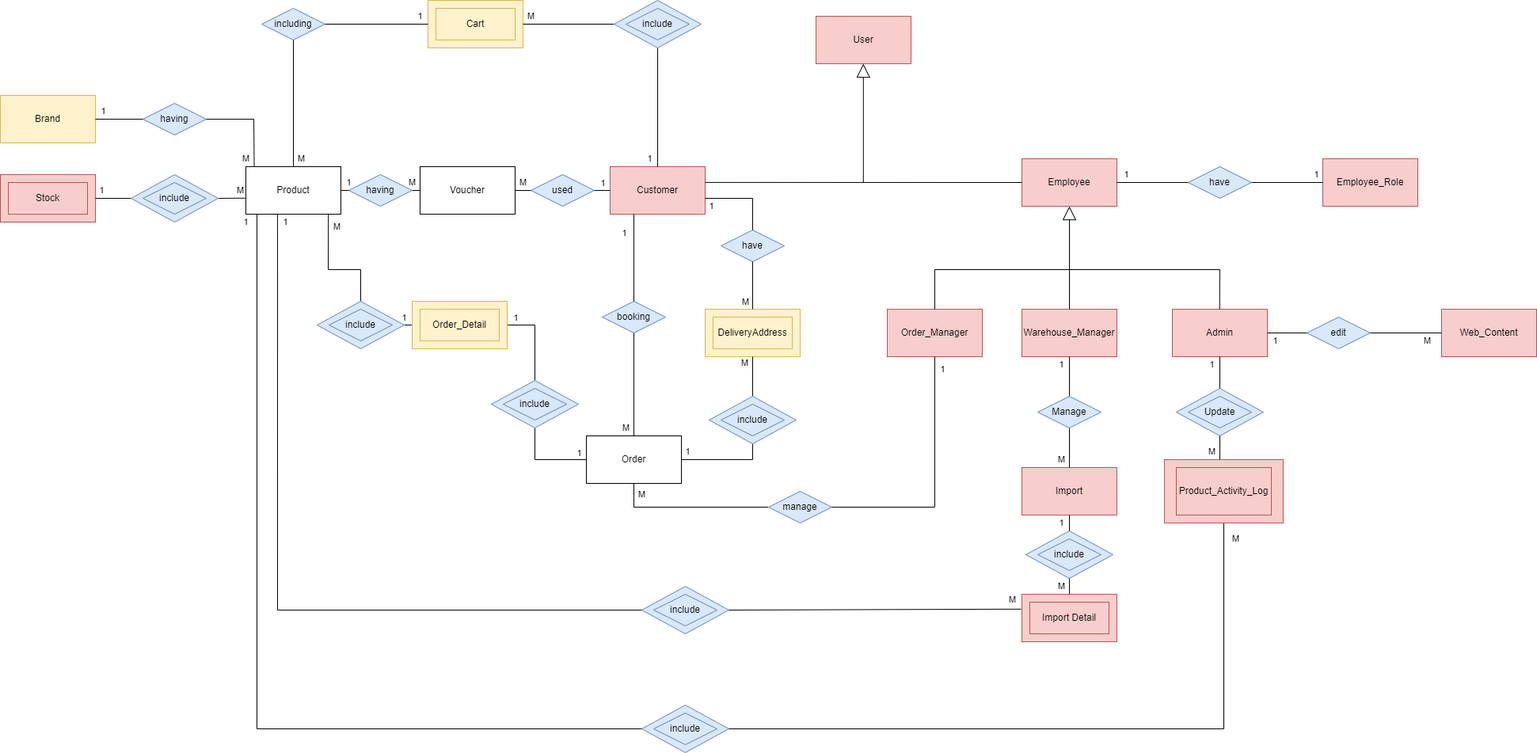
This is document/SRS/erd.drawio.png from QuocZuong/perfume-store, a draw.io export, as it was before one commit. Source tidied: cells renumbered, new cells last; positions are measured from the earlier drawing's top-left corner, leaving out a move shared by most shapes.
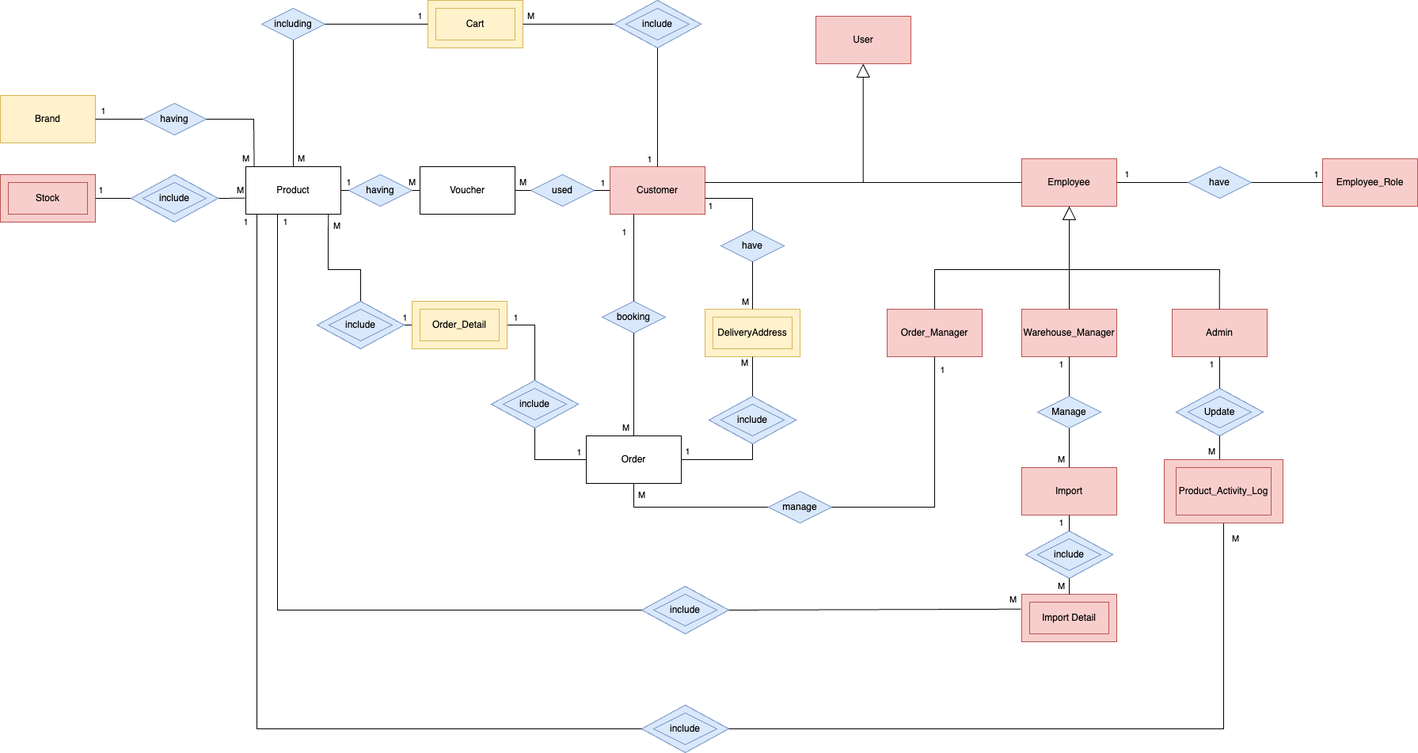
Later version of the same file.

Diff of the diagram source:
```diff
@@ -35,9 +35,6 @@
     <mxCell id="12" value="Voucher" style="rounded=0;whiteSpace=wrap;html=1;" parent="1" vertex="1">
       <mxGeometry x="530" y="210" width="120" height="60" as="geometry" />
     </mxCell>
-    <mxCell id="13" value="Web_Content" style="rounded=0;whiteSpace=wrap;html=1;fillColor=#f8cecc;strokeColor=#b85450;" parent="1" vertex="1">
-      <mxGeometry x="1820" y="390" width="120" height="60" as="geometry" />
-    </mxCell>
     <mxCell id="14" style="rounded=0;whiteSpace=wrap;html=1;fillColor=#fff2cc;strokeColor=#d6b656;" parent="1" vertex="1">
       <mxGeometry x="890" y="390" width="120" height="60" as="geometry" />
     </mxCell>
@@ -215,15 +212,6 @@
         <mxPoint x="1350" y="340" as="sourcePoint" />
       </mxGeometry>
     </mxCell>
-    <mxCell id="56" value="edit" style="rhombus;whiteSpace=wrap;html=1;fillColor=#dae8fc;strokeColor=#6c8ebf;" parent="1" vertex="1">
-      <mxGeometry x="1650" y="400" width="80" height="40" as="geometry" />
-    </mxCell>
-    <mxCell id="57" value="1" style="endArrow=none;html=1;rounded=0;entryX=1;entryY=0.5;entryDx=0;entryDy=0;exitX=0;exitY=0.5;exitDx=0;exitDy=0;" parent="1" edge="1" source="56" target="48">
-      <mxGeometry x="0.6" y="10" relative="1" as="geometry" />
-    </mxCell>
-    <mxCell id="58" value="M" style="endArrow=none;html=1;rounded=0;entryX=1;entryY=0.5;entryDx=0;entryDy=0;exitX=0;exitY=0.5;exitDx=0;exitDy=0;" parent="1" edge="1" source="13" target="56">
-      <mxGeometry x="-0.6" y="10" relative="1" as="geometry" />
-    </mxCell>
     <mxCell id="59" value="M" style="endArrow=none;html=1;rounded=0;exitX=0.5;exitY=1;exitDx=0;exitDy=0;entryX=0;entryY=0.5;entryDx=0;entryDy=0;" parent="1" edge="1" source="4" target="60">
       <mxGeometry x="-0.85" y="10" relative="1" as="geometry">
         <Array as="points">
```
